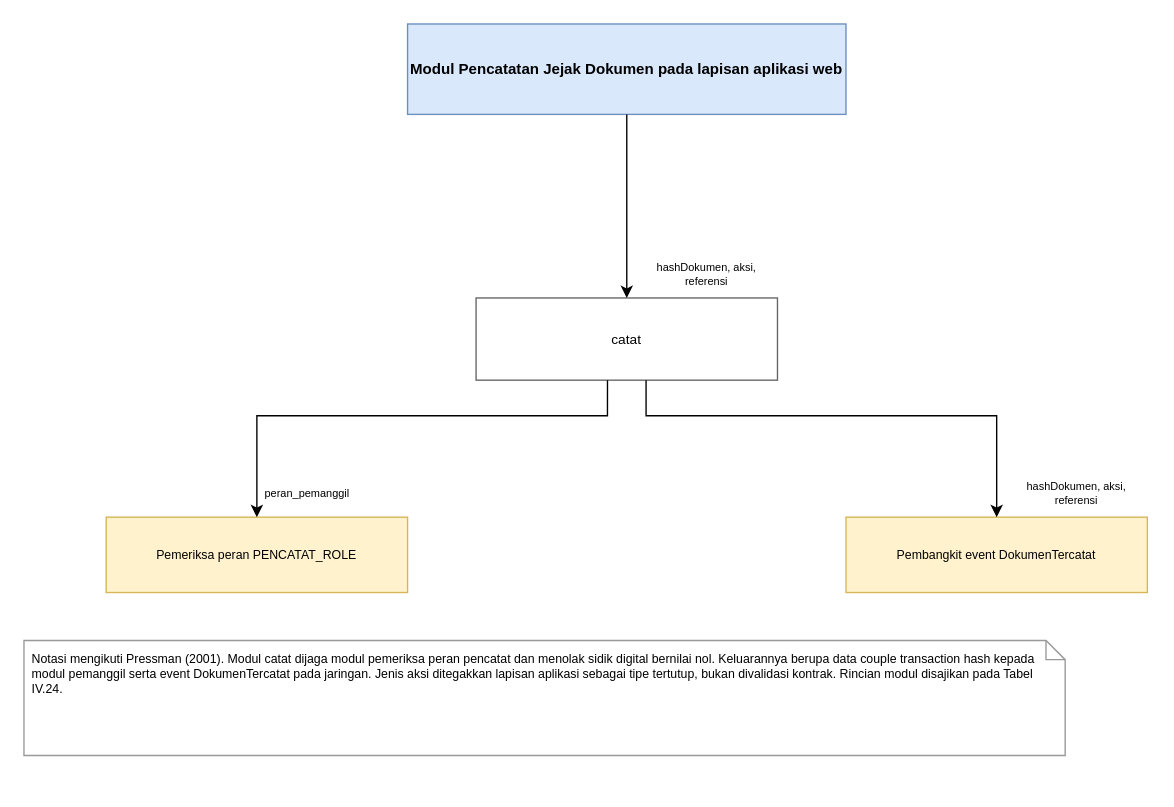
This is docs/diagram/IV-14-structure-chart-registri.drawio from SandChik/TugasAkhir, a draw.io file, before an edit. Source tidied: cells renumbered, new cells numbered last; positions are measured from the earlier drawing's top-left corner, leaving out a move shared by most shapes. Both pictures are drawn from the tidied source at 137%, with x=0, y=0 at pixel (23, 23).
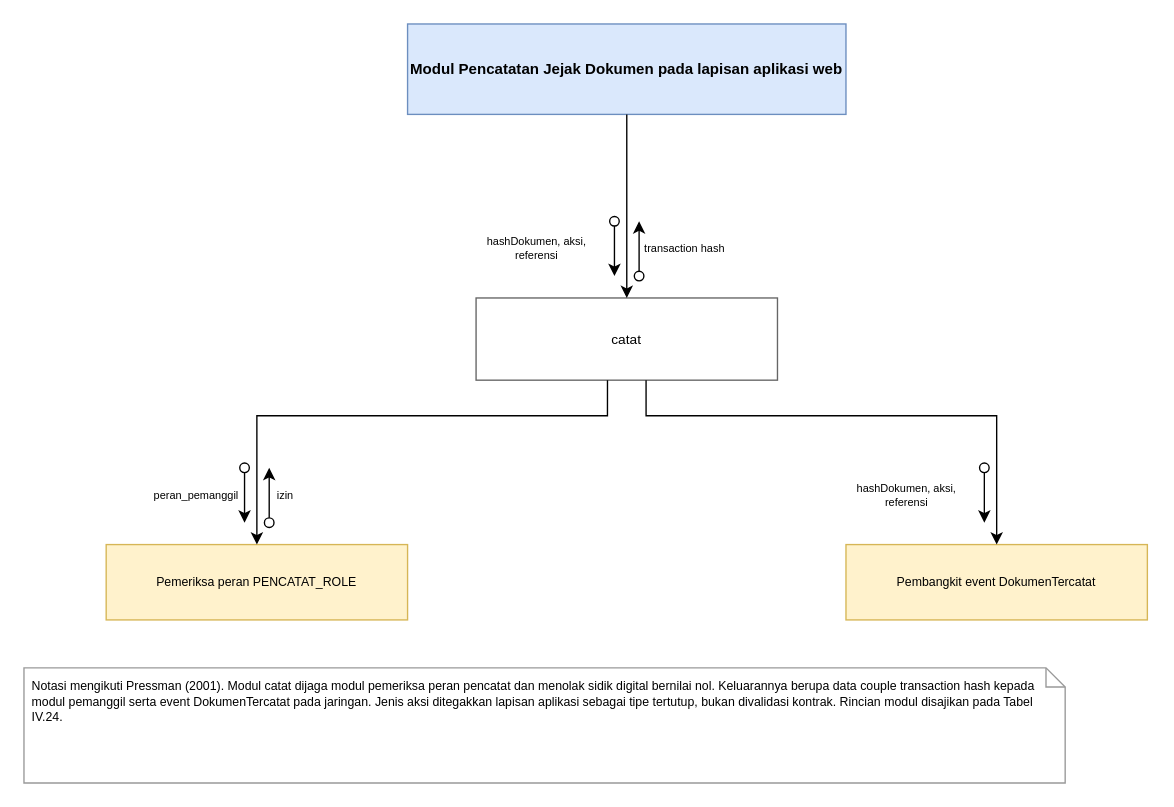
Above is the later version.

Commit message (it also covers changes not shown here):
docs: simbol data couple pada structure chart sesuai Pressman (2001)

Diff of the diagram source:
```diff
@@
     <mxCell id="4" value="Pemeriksa peran PENCATAT_ROLE" style="rounded=0;whiteSpace=wrap;html=1;fontSize=9;align=center;strokeColor=#d6b656;fillColor=#fff2cc;" parent="1" vertex="1">
-      <mxGeometry x="60" y="360" width="220" height="55" as="geometry" />
+      <mxGeometry x="60" y="380" width="220" height="55" as="geometry" />
     </mxCell>
     <mxCell id="5" value="Pembangkit event DokumenTercatat" style="rounded=0;whiteSpace=wrap;html=1;fontSize=9;align=center;strokeColor=#d6b656;fillColor=#fff2cc;" parent="1" vertex="1">
-      <mxGeometry x="600" y="360" width="220" height="55" as="geometry" />
+      <mxGeometry x="600" y="380" width="220" height="55" as="geometry" />
     </mxCell>
     <mxCell id="6" value="Notasi mengikuti Pressman (2001). Modul catat dijaga modul pemeriksa peran pencatat dan menolak sidik digital bernilai nol. Keluarannya berupa data couple transaction hash kepada modul pemanggil serta event DokumenTercatat pada jaringan. Jenis aksi ditegakkan lapisan aplikasi sebagai tipe tertutup, bukan divalidasi kontrak. Rincian modul disajikan pada Tabel IV.24." style="shape=note;size=14;verticalAlign=top;spacingLeft=4;spacingTop=2;whiteSpace=wrap;html=1;fontSize=9;align=left;strokeColor=#999999;fillColor=#ffffff;" parent="1" vertex="1">
-      <mxGeometry y="450" width="760" height="84" as="geometry" />
+      <mxGeometry y="470" width="760" height="84" as="geometry" />
     </mxCell>
@@
+    <mxCell id="13" style="edgeStyle=orthogonalEdgeStyle;rounded=0;html=1;strokeColor=#000000;endArrow=classic;startArrow=oval;startFill=0;startSize=7;" parent="1" edge="1">
+      <mxGeometry relative="1" as="geometry">
+        <mxPoint x="431" y="144" as="sourcePoint" />
+        <mxPoint x="431" y="184" as="targetPoint" />
+      </mxGeometry>
+    </mxCell>
+    <mxCell id="14" style="edgeStyle=orthogonalEdgeStyle;rounded=0;html=1;strokeColor=#000000;endArrow=classic;startArrow=oval;startFill=0;startSize=7;" parent="1" edge="1">
+      <mxGeometry relative="1" as="geometry">
+        <mxPoint x="449" y="184" as="sourcePoint" />
+        <mxPoint x="449" y="144" as="targetPoint" />
+      </mxGeometry>
+    </mxCell>
@@
+    <mxCell id="15" style="edgeStyle=orthogonalEdgeStyle;rounded=0;html=1;strokeColor=#000000;endArrow=classic;startArrow=oval;startFill=0;startSize=7;" parent="1" edge="1">
+      <mxGeometry relative="1" as="geometry">
+        <mxPoint x="161" y="324" as="sourcePoint" />
+        <mxPoint x="161" y="364" as="targetPoint" />
+      </mxGeometry>
+    </mxCell>
+    <mxCell id="16" style="edgeStyle=orthogonalEdgeStyle;rounded=0;html=1;strokeColor=#000000;endArrow=classic;startArrow=oval;startFill=0;startSize=7;" parent="1" edge="1">
+      <mxGeometry relative="1" as="geometry">
+        <mxPoint x="179" y="364" as="sourcePoint" />
+        <mxPoint x="179" y="324" as="targetPoint" />
+      </mxGeometry>
+    </mxCell>
@@
-    <mxCell id="10" value="hashDokumen, aksi, referensi" style="text;html=1;whiteSpace=wrap;fontSize=8;align=center;verticalAlign=middle;strokeColor=none;fillColor=#ffffff;" parent="1" vertex="1">
-      <mxGeometry x="445" y="177" width="107" height="12" as="geometry" />
-    </mxCell>
+    <mxCell id="17" style="edgeStyle=orthogonalEdgeStyle;rounded=0;html=1;strokeColor=#000000;endArrow=classic;startArrow=oval;startFill=0;startSize=7;" parent="1" edge="1">
+      <mxGeometry relative="1" as="geometry">
+        <mxPoint x="701" y="324" as="sourcePoint" />
+        <mxPoint x="701" y="364" as="targetPoint" />
+      </mxGeometry>
+    </mxCell>
+    <mxCell id="18" value="hashDokumen, aksi, referensi" style="text;html=1;whiteSpace=wrap;fontSize=8;align=center;verticalAlign=middle;strokeColor=none;fillColor=#ffffff;" parent="1" vertex="1">
+      <mxGeometry x="321" y="158" width="107" height="12" as="geometry" />
+    </mxCell>
+    <mxCell id="19" value="transaction hash" style="text;html=1;whiteSpace=wrap;fontSize=8;align=center;verticalAlign=middle;strokeColor=none;fillColor=#ffffff;" parent="1" vertex="1">
+      <mxGeometry x="452" y="158" width="61" height="12" as="geometry" />
+    </mxCell>
     <mxCell id="11" value="peran_pemanggil" style="text;html=1;whiteSpace=wrap;fontSize=8;align=center;verticalAlign=middle;strokeColor=none;fillColor=#ffffff;" parent="1" vertex="1">
-      <mxGeometry x="175" y="337" width="64" height="12" as="geometry" />
+      <mxGeometry x="94" y="338" width="64" height="12" as="geometry" />
     </mxCell>
-    <mxCell id="12" value="hashDokumen, aksi, referensi" style="text;html=1;whiteSpace=wrap;fontSize=8;align=center;verticalAlign=middle;strokeColor=none;fillColor=#ffffff;" parent="1" vertex="1">
-      <mxGeometry x="715" y="337" width="107" height="12" as="geometry" />
-    </mxCell>
+    <mxCell id="20" value="izin" style="text;html=1;whiteSpace=wrap;fontSize=8;align=center;verticalAlign=middle;strokeColor=none;fillColor=#ffffff;" parent="1" vertex="1">
+      <mxGeometry x="182" y="338" width="18" height="12" as="geometry" />
+    </mxCell>
+    <mxCell id="21" value="hashDokumen, aksi, referensi" style="text;html=1;whiteSpace=wrap;fontSize=8;align=center;verticalAlign=middle;strokeColor=none;fillColor=#ffffff;" parent="1" vertex="1">
+      <mxGeometry x="591" y="338" width="107" height="12" as="geometry" />
+    </mxCell>
```
